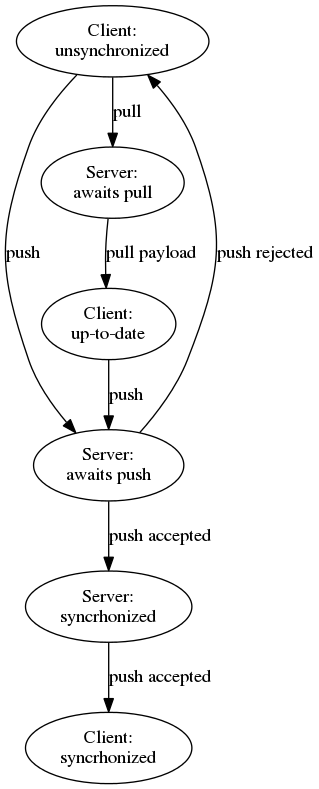
The Graphviz diagram diagram.png in bintlabs/python-sync-db, before a commit. Its source is kept beside it as diagram.gv. Its diagram source:
```dot
strict digraph diagram {
   n0 [label="Client:\nunsynchronized"];
   n1 [label="Server:\nawaits push"];
   n2 [label="Server:\nawaits pull"];
   n3 [label="Client:\nup-to-date"];
   n4 [label="Client:\nsyncrhonized"];
   n5 [label="Server:\nsyncrhonized"];
   edge [label="push"];
   n0 -> n1;
   edge [label="push rejected"];
   n1 -> n0;
   edge [label="pull"];
   n0 -> n2;
   edge [label="pull payload"];
   n2 -> n3;
   edge [label="push"];
   n3 -> n1;
   edge [label="push accepted"];
   n1 -> n5 -> n4;
}
```
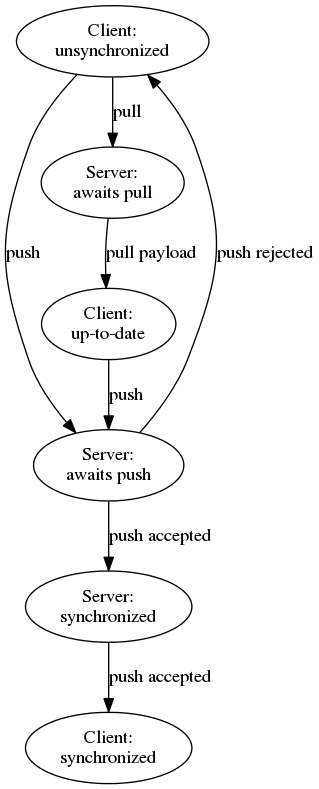
The same diagram one commit later.

Commit message:
Fixes typo in state diagram.

The edit, as a diff of the source:
```diff
@@ -3,8 +3,8 @@
    n1 [label="Server:\nawaits push"];
    n2 [label="Server:\nawaits pull"];
    n3 [label="Client:\nup-to-date"];
-   n4 [label="Client:\nsyncrhonized"];
-   n5 [label="Server:\nsyncrhonized"];
+   n4 [label="Client:\nsynchronized"];
+   n5 [label="Server:\nsynchronized"];
    edge [label="push"];
    n0 -> n1;
    edge [label="push rejected"];
```
